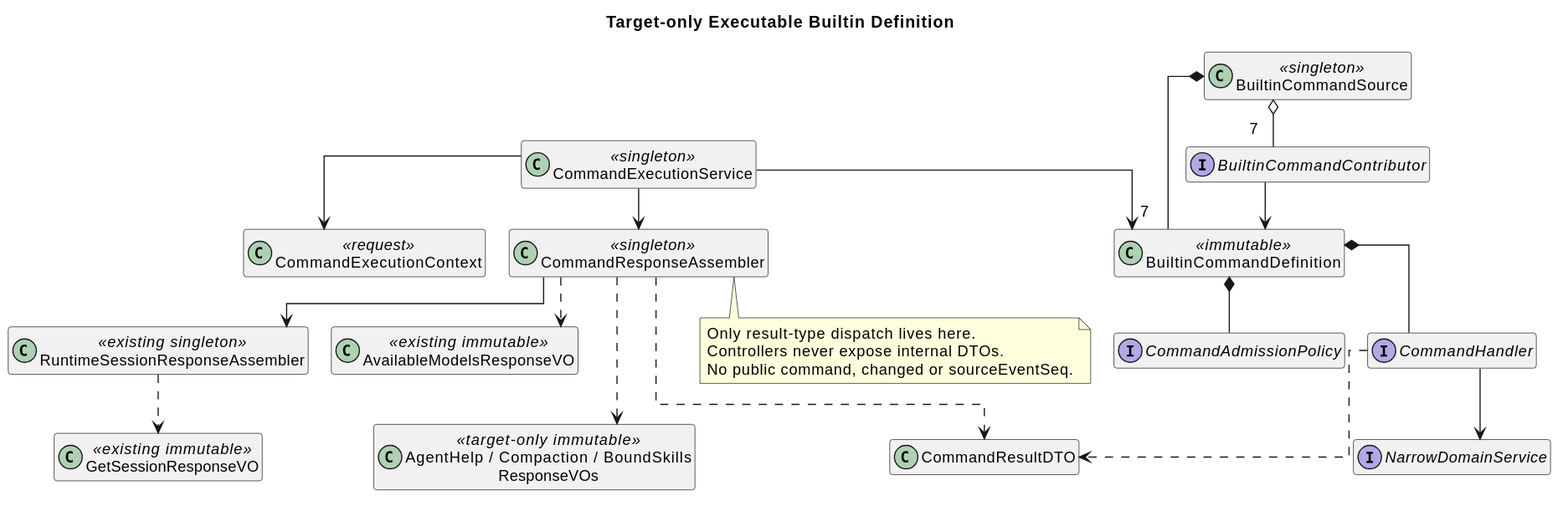
Above: 04-命令与技能/01-内置命令/设计图/target_command_core_classes.svg in ssm0808/pi-mono-java-design (PlantUML), before the change.
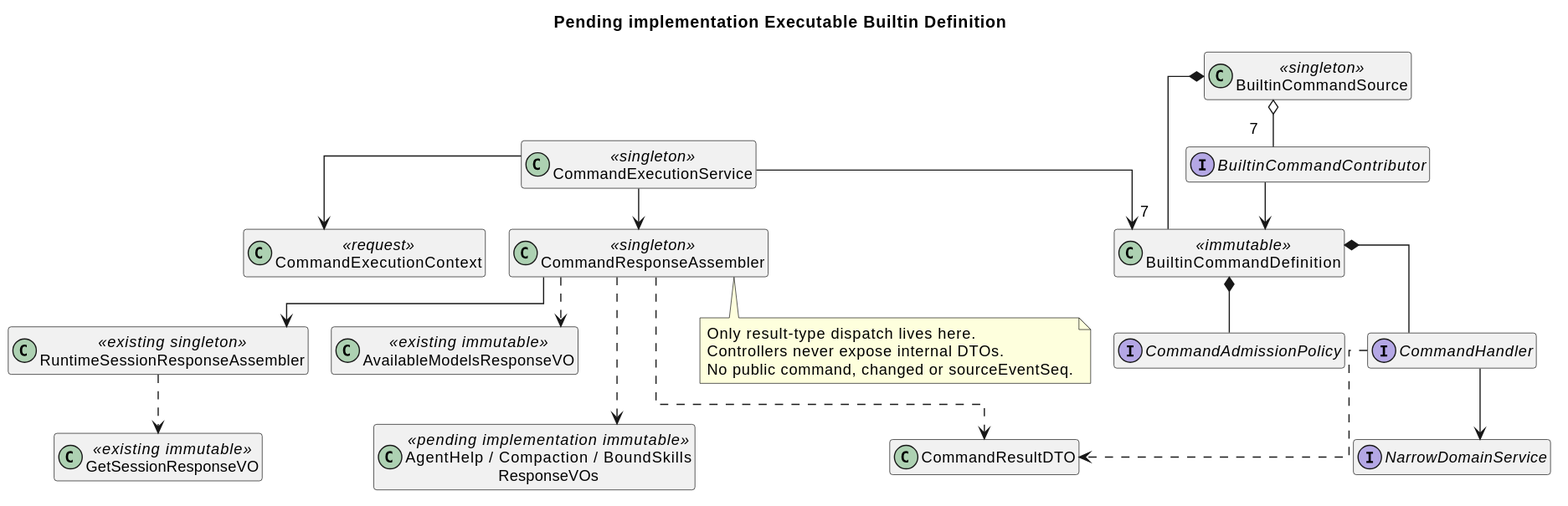
The same file after the commit.

Change to the diagram source:
```diff
@@ -10,7 +10,7 @@
 skinparam ranksep 35
 skinparam linetype ortho
 hide empty members
-title Target-only Executable Builtin Definition
+title Pending implementation Executable Builtin Definition
 interface BuiltinCommandContributor
 class BuiltinCommandSource <<singleton>>
 class BuiltinCommandDefinition <<immutable>>
@@ -23,7 +23,7 @@
 class RuntimeSessionResponseAssembler <<existing singleton>>
 class GetSessionResponseVO <<existing immutable>>
 class AvailableModelsResponseVO <<existing immutable>>
-class "AgentHelp / Compaction / BoundSkills\nResponseVOs" as BusinessVOs <<target-only immutable>>
+class "AgentHelp / Compaction / BoundSkills\nResponseVOs" as BusinessVOs <<pending implementation immutable>>
 interface NarrowDomainService
 BuiltinCommandSource o-- "7" BuiltinCommandContributor
 BuiltinCommandContributor --> BuiltinCommandDefinition
```
